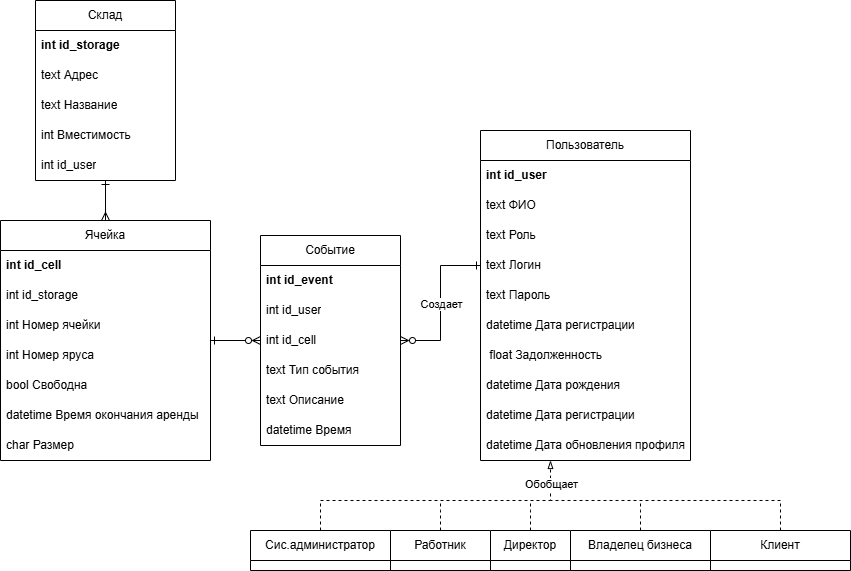
The draw.io diagram assets/er.png in moevm/nosql2h24-store, before a commit. Source tidied: cells renumbered, new cells last; positions are measured from the earlier drawing's top-left corner, leaving out a move shared by most shapes.
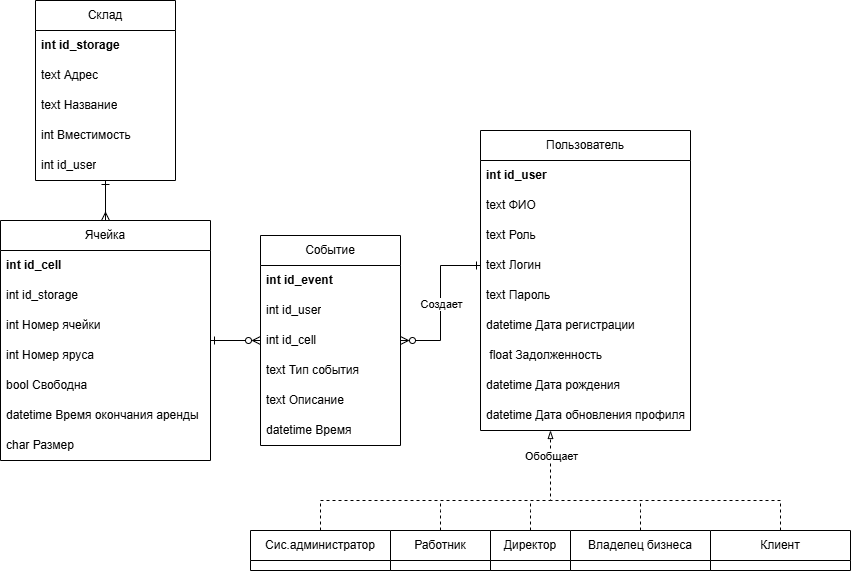
Later version of the same file.

Change to the diagram source:
```diff
@@ -3,7 +3,7 @@
     <mxCell id="0" />
     <mxCell id="1" parent="0" />
     <mxCell id="2" value="Пользователь" style="swimlane;fontStyle=0;horizontal=1;startSize=30;whiteSpace=wrap;html=1;" parent="1" vertex="1">
-      <mxGeometry x="480" y="130" width="210" height="330" as="geometry" />
+      <mxGeometry x="480" y="130" width="210" height="300" as="geometry" />
     </mxCell>
     <mxCell id="3" value="&lt;b&gt;int id_user&lt;/b&gt;" style="text;strokeColor=none;fillColor=none;align=left;verticalAlign=middle;spacingLeft=4;spacingRight=4;overflow=hidden;whiteSpace=wrap;html=1;" parent="2" vertex="1">
       <mxGeometry y="30" width="210" height="30" as="geometry" />
@@ -29,11 +29,8 @@
     <mxCell id="10" value="datetime Дата рождения" style="text;strokeColor=none;fillColor=none;align=left;verticalAlign=middle;spacingLeft=4;spacingRight=4;overflow=hidden;whiteSpace=wrap;html=1;" parent="2" vertex="1">
       <mxGeometry y="240" width="210" height="30" as="geometry" />
     </mxCell>
-    <mxCell id="11" value="datetime Дата регистрации" style="text;strokeColor=none;fillColor=none;align=left;verticalAlign=middle;spacingLeft=4;spacingRight=4;overflow=hidden;whiteSpace=wrap;html=1;" parent="2" vertex="1">
-      <mxGeometry y="270" width="210" height="30" as="geometry" />
-    </mxCell>
     <mxCell id="12" value="datetime Дата обновления профиля" style="text;strokeColor=none;fillColor=none;align=left;verticalAlign=middle;spacingLeft=4;spacingRight=4;overflow=hidden;whiteSpace=wrap;html=1;" parent="2" vertex="1">
-      <mxGeometry y="300" width="210" height="30" as="geometry" />
+      <mxGeometry y="270" width="210" height="30" as="geometry" />
     </mxCell>
     <mxCell id="13" value="Склад" style="swimlane;fontStyle=0;horizontal=1;startSize=30;whiteSpace=wrap;html=1;" parent="1" vertex="1">
       <mxGeometry x="35" width="140" height="180" as="geometry" />
```
